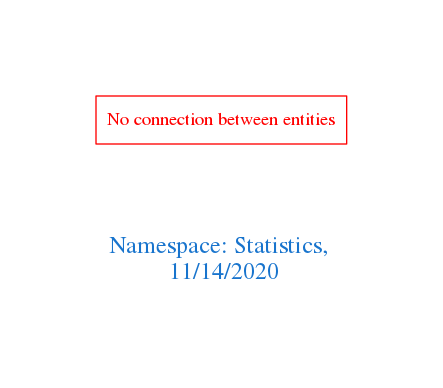
Above: downloads/Statistics.png in arago/OGIT (Graphviz), before the change. Its source is kept beside it as downloads/Statistics.dot.
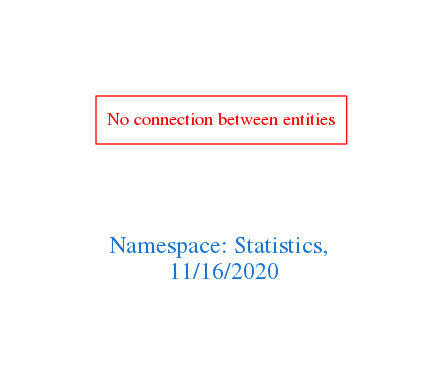
The same diagram one commit later.

The edit, as a diff of the source:
```diff
@@ -1,7 +1,7 @@
 digraph OGIT_ontology {
  graph [ rankdir= LR,pad=1
 fontsize = 18,
-fontcolor= dodgerblue3,label = "\n\n\nNamespace: Statistics, \n 11/14/2020"];
+fontcolor= dodgerblue3,label = "\n\n\nNamespace: Statistics, \n 11/16/2020"];
 node[shape=polygon];
 edge [  color="gray81"];
 
```
